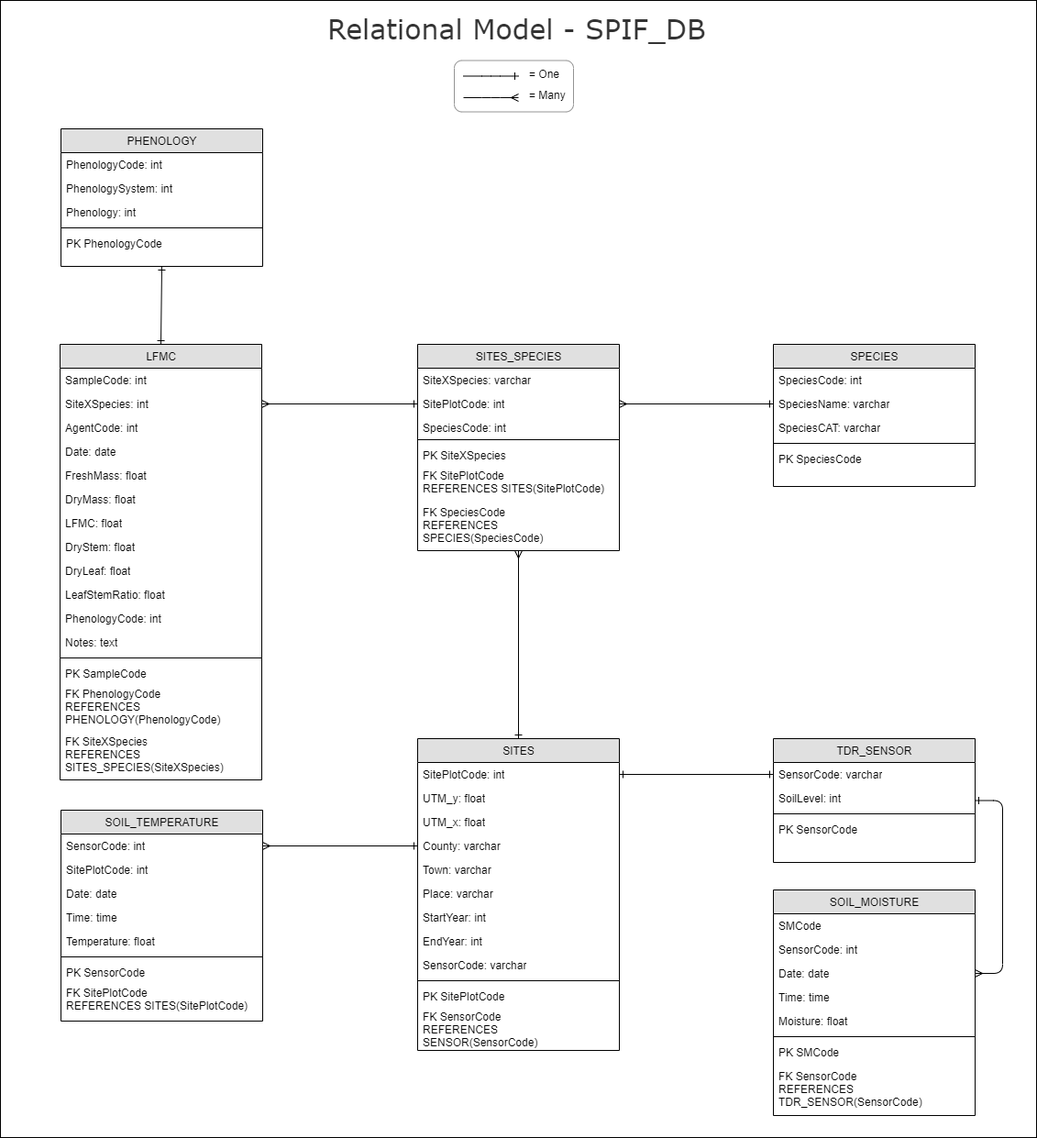
Earlier version of the draw.io export vignettes/SPIF_LogicalSchema.png (spif-ctfc/LFMC). Source tidied: cells renumbered, new cells last; positions are measured from the earlier drawing's top-left corner, leaving out a move shared by most shapes.
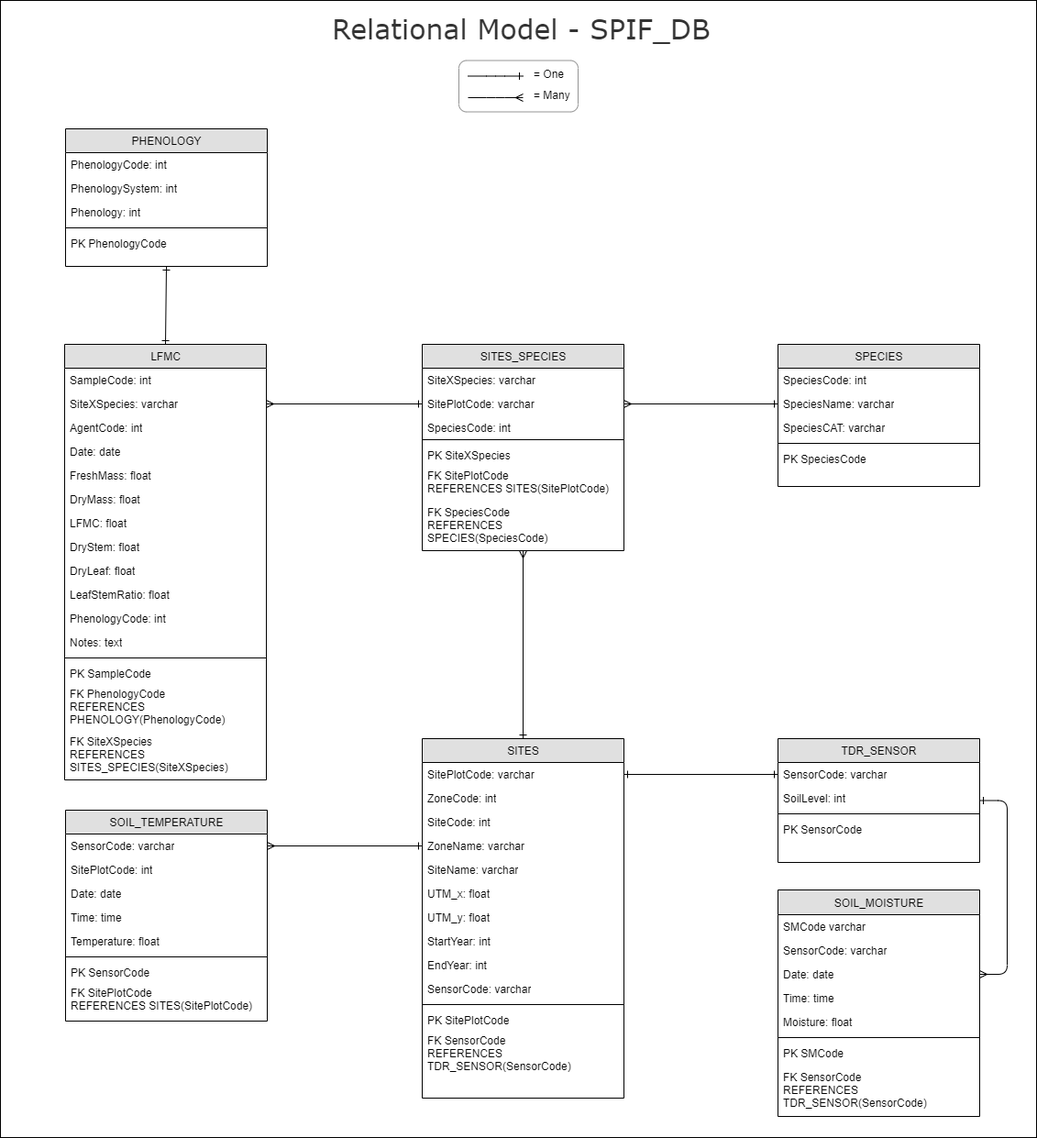
After the commit.

Commit message:
Corrections in LogicalSchema

Change to the diagram source:
```diff
@@ -6,78 +6,81 @@
       <mxGeometry x="355.2" y="10" width="430" height="20" as="geometry" />
     </mxCell>
     <mxCell id="3" value="SITES" style="swimlane;html=1;fontStyle=0;horizontal=1;startSize=26;fillColor=#e0e0e0;swimlaneFillColor=#ffffff;align=center;" parent="1" vertex="1">
-      <mxGeometry x="455" y="805" width="220" height="340" as="geometry" />
+      <mxGeometry x="455" y="805" width="220" height="392" as="geometry" />
     </mxCell>
-    <mxCell id="4" value="SitePlotCode: int" style="text;html=1;strokeColor=none;fillColor=none;align=left;verticalAlign=top;spacingLeft=4;spacingRight=4;whiteSpace=wrap;overflow=hidden;points=[[0,0.5],[1,0.5]];portConstraint=eastwest;" parent="3" vertex="1">
+    <mxCell id="4" value="SitePlotCode: varchar" style="text;html=1;strokeColor=none;fillColor=none;align=left;verticalAlign=top;spacingLeft=4;spacingRight=4;whiteSpace=wrap;overflow=hidden;points=[[0,0.5],[1,0.5]];portConstraint=eastwest;" parent="3" vertex="1">
       <mxGeometry y="26" width="220" height="26" as="geometry" />
     </mxCell>
-    <mxCell id="5" value="UTM_y: float" style="text;html=1;strokeColor=none;fillColor=none;align=left;verticalAlign=top;spacingLeft=4;spacingRight=4;whiteSpace=wrap;overflow=hidden;" parent="3" vertex="1">
-      <mxGeometry y="52" width="220" height="26" as="geometry" />
-    </mxCell>
-    <mxCell id="6" value="UTM_x: float" style="text;html=1;strokeColor=none;fillColor=none;align=left;verticalAlign=top;spacingLeft=4;spacingRight=4;whiteSpace=wrap;overflow=hidden;" parent="3" vertex="1">
-      <mxGeometry y="78" width="220" height="26" as="geometry" />
-    </mxCell>
-    <mxCell id="7" value="County: varchar" style="text;html=1;strokeColor=none;fillColor=none;align=left;verticalAlign=top;spacingLeft=4;spacingRight=4;whiteSpace=wrap;overflow=hidden;points=[[0,0.5],[1,0.5]];portConstraint=eastwest;" parent="3" vertex="1">
-      <mxGeometry y="104" width="220" height="26" as="geometry" />
+    <mxCell id="7" value="ZoneCode: int" style="text;html=1;strokeColor=none;fillColor=none;align=left;verticalAlign=top;spacingLeft=4;spacingRight=4;whiteSpace=wrap;overflow=hidden;points=[[0,0.5],[1,0.5]];portConstraint=eastwest;" parent="3" vertex="1">
+      <mxGeometry y="52" width="220" height="26" as="geometry" />
     </mxCell>
-    <mxCell id="8" value="Town: varchar" style="text;html=1;strokeColor=none;fillColor=none;align=left;verticalAlign=top;spacingLeft=4;spacingRight=4;whiteSpace=wrap;overflow=hidden;" parent="3" vertex="1">
-      <mxGeometry y="130" width="220" height="26" as="geometry" />
+    <mxCell id="8" value="SiteCode: int" style="text;html=1;strokeColor=none;fillColor=none;align=left;verticalAlign=top;spacingLeft=4;spacingRight=4;whiteSpace=wrap;overflow=hidden;" parent="3" vertex="1">
+      <mxGeometry y="78" width="220" height="26" as="geometry" />
     </mxCell>
-    <mxCell id="9" value="Place: varchar" style="text;html=1;strokeColor=none;fillColor=none;align=left;verticalAlign=top;spacingLeft=4;spacingRight=4;whiteSpace=wrap;overflow=hidden;" parent="3" vertex="1">
-      <mxGeometry y="156" width="220" height="26" as="geometry" />
-    </mxCell>
+    <mxCell id="89" value="ZoneName: varchar" style="text;html=1;strokeColor=none;fillColor=none;align=left;verticalAlign=top;spacingLeft=4;spacingRight=4;whiteSpace=wrap;overflow=hidden;points=[[0,0.5],[1,0.5]];portConstraint=eastwest;" parent="3" vertex="1">
+      <mxGeometry y="104" width="220" height="26" as="geometry" />
+    </mxCell>
+    <mxCell id="90" value="SiteName: varchar" style="text;html=1;strokeColor=none;fillColor=none;align=left;verticalAlign=top;spacingLeft=4;spacingRight=4;whiteSpace=wrap;overflow=hidden;" parent="3" vertex="1">
+      <mxGeometry y="130" width="220" height="26" as="geometry" />
+    </mxCell>
+    <mxCell id="6" value="UTM_x: float" style="text;html=1;strokeColor=none;fillColor=none;align=left;verticalAlign=top;spacingLeft=4;spacingRight=4;whiteSpace=wrap;overflow=hidden;" parent="3" vertex="1">
+      <mxGeometry y="156" width="220" height="26" as="geometry" />
+    </mxCell>
+    <mxCell id="5" value="UTM_y: float" style="text;html=1;strokeColor=none;fillColor=none;align=left;verticalAlign=top;spacingLeft=4;spacingRight=4;whiteSpace=wrap;overflow=hidden;" parent="3" vertex="1">
+      <mxGeometry y="182" width="220" height="26" as="geometry" />
+    </mxCell>
     <mxCell id="10" value="StartYear: int" style="text;html=1;strokeColor=none;fillColor=none;align=left;verticalAlign=top;spacingLeft=4;spacingRight=4;whiteSpace=wrap;overflow=hidden;" parent="3" vertex="1">
-      <mxGeometry y="182" width="220" height="26" as="geometry" />
+      <mxGeometry y="208" width="220" height="26" as="geometry" />
     </mxCell>
     <mxCell id="11" value="EndYear: int" style="text;html=1;strokeColor=none;fillColor=none;align=left;verticalAlign=top;spacingLeft=4;spacingRight=4;whiteSpace=wrap;overflow=hidden;" parent="3" vertex="1">
-      <mxGeometry y="208" width="220" height="26" as="geometry" />
+      <mxGeometry y="234" width="220" height="26" as="geometry" />
     </mxCell>
     <mxCell id="12" value="SensorCode: varchar" style="text;html=1;strokeColor=none;fillColor=none;align=left;verticalAlign=top;spacingLeft=4;spacingRight=4;whiteSpace=wrap;overflow=hidden;" parent="3" vertex="1">
-      <mxGeometry y="234" width="220" height="26" as="geometry" />
+      <mxGeometry y="260" width="220" height="26" as="geometry" />
     </mxCell>
     <mxCell id="13" style="line;html=1;strokeWidth=1;fillColor=none;align=left;verticalAlign=middle;spacingTop=-1;spacingLeft=3;spacingRight=3;labelPosition=right;" parent="3" vertex="1">
-      <mxGeometry y="260" width="220" height="8" as="geometry" />
+      <mxGeometry y="286" width="220" height="8" as="geometry" />
     </mxCell>
     <mxCell id="14" value="PK SitePlotCode" style="text;html=1;strokeColor=none;fillColor=none;spacingLeft=4;spacingRight=4;whiteSpace=wrap;overflow=hidden;" parent="3" vertex="1">
-      <mxGeometry y="268" width="220" height="22" as="geometry" />
+      <mxGeometry y="294" width="220" height="22" as="geometry" />
     </mxCell>
-    <mxCell id="15" value="FK SensorCode&lt;br&gt;REFERENCES SENSOR(SensorCode)" style="text;html=1;strokeColor=none;fillColor=none;spacingLeft=4;spacingRight=4;whiteSpace=wrap;overflow=hidden;" parent="3" vertex="1">
-      <mxGeometry y="290" width="220" height="50" as="geometry" />
+    <mxCell id="15" value="FK SensorCode&lt;br&gt;REFERENCES TDR_SENSOR(SensorCode)" style="text;html=1;strokeColor=none;fillColor=none;spacingLeft=4;spacingRight=4;whiteSpace=wrap;overflow=hidden;" parent="3" vertex="1">
+      <mxGeometry y="316" width="220" height="50" as="geometry" />
     </mxCell>
-    <mxCell id="16" value="SOIL_MOISTURE" style="swimlane;html=1;fontStyle=0;horizontal=1;startSize=26;fillColor=#e0e0e0;swimlaneFillColor=#ffffff;align=center;" parent="1" vertex="1">
-      <mxGeometry x="843" y="970" width="220" height="246" as="geometry" />
+    <mxCell id="16" value="SOIL_MOISTURE" style="swimlane;html=1;fontStyle=0;horizontal=1;startSize=27;fillColor=#e0e0e0;swimlaneFillColor=#ffffff;align=center;" parent="1" vertex="1">
+      <mxGeometry x="843" y="970" width="220" height="247" as="geometry" />
     </mxCell>
-    <mxCell id="17" value="SMCode" style="text;html=1;strokeColor=none;fillColor=none;align=left;verticalAlign=top;spacingLeft=4;spacingRight=4;whiteSpace=wrap;overflow=hidden;" parent="16" vertex="1">
-      <mxGeometry y="26" width="220" height="26" as="geometry" />
+    <mxCell id="17" value="SMCode varchar" style="text;html=1;strokeColor=none;fillColor=none;align=left;verticalAlign=top;spacingLeft=4;spacingRight=4;whiteSpace=wrap;overflow=hidden;" parent="16" vertex="1">
+      <mxGeometry y="27" width="220" height="26" as="geometry" />
     </mxCell>
-    <mxCell id="18" value="SensorCode: int" style="text;html=1;strokeColor=none;fillColor=none;align=left;verticalAlign=top;spacingLeft=4;spacingRight=4;whiteSpace=wrap;overflow=hidden;" parent="16" vertex="1">
-      <mxGeometry y="52" width="220" height="26" as="geometry" />
+    <mxCell id="18" value="SensorCode: varchar" style="text;html=1;strokeColor=none;fillColor=none;align=left;verticalAlign=top;spacingLeft=4;spacingRight=4;whiteSpace=wrap;overflow=hidden;" parent="16" vertex="1">
+      <mxGeometry y="53" width="220" height="26" as="geometry" />
     </mxCell>
     <mxCell id="19" value="Date: date" style="text;html=1;strokeColor=none;fillColor=none;align=left;verticalAlign=top;spacingLeft=4;spacingRight=4;whiteSpace=wrap;overflow=hidden;points=[[0,0.5],[1,0.5]];portConstraint=eastwest;" parent="16" vertex="1">
-      <mxGeometry y="78" width="220" height="26" as="geometry" />
+      <mxGeometry y="79" width="220" height="26" as="geometry" />
     </mxCell>
     <mxCell id="20" value="Time: time" style="text;html=1;strokeColor=none;fillColor=none;align=left;verticalAlign=top;spacingLeft=4;spacingRight=4;whiteSpace=wrap;overflow=hidden;" parent="16" vertex="1">
-      <mxGeometry y="104" width="220" height="26" as="geometry" />
+      <mxGeometry y="105" width="220" height="26" as="geometry" />
     </mxCell>
     <mxCell id="21" value="Moisture: float&amp;nbsp;" style="text;html=1;strokeColor=none;fillColor=none;align=left;verticalAlign=top;spacingLeft=4;spacingRight=4;whiteSpace=wrap;overflow=hidden;" parent="16" vertex="1">
-      <mxGeometry y="130" width="220" height="26" as="geometry" />
+      <mxGeometry y="131" width="220" height="26" as="geometry" />
     </mxCell>
     <mxCell id="22" style="line;html=1;strokeWidth=1;fillColor=none;align=left;verticalAlign=middle;spacingTop=-1;spacingLeft=3;spacingRight=3;labelPosition=right;" parent="16" vertex="1">
-      <mxGeometry y="156" width="220" height="8" as="geometry" />
+      <mxGeometry y="157" width="220" height="8" as="geometry" />
     </mxCell>
     <mxCell id="23" value="PK SMCode&amp;nbsp;" style="text;html=1;strokeColor=none;fillColor=none;spacingLeft=4;spacingRight=4;whiteSpace=wrap;overflow=hidden;" parent="16" vertex="1">
-      <mxGeometry y="164" width="220" height="26" as="geometry" />
+      <mxGeometry y="165" width="220" height="26" as="geometry" />
     </mxCell>
     <mxCell id="24" value="FK SensorCode&lt;br&gt;REFERENCES TDR_SENSOR(SensorCode)" style="text;html=1;strokeColor=none;fillColor=none;spacingLeft=4;spacingRight=4;whiteSpace=wrap;overflow=hidden;" parent="16" vertex="1">
-      <mxGeometry y="190" width="220" height="56" as="geometry" />
+      <mxGeometry y="191" width="220" height="56" as="geometry" />
     </mxCell>
-    <mxCell id="25" style="html=1;endArrow=ERmany;startArrow=ERone;startFill=0;endFill=0;exitX=0;exitY=0.5;exitDx=0;exitDy=0;entryX=1;entryY=0.5;entryDx=0;entryDy=0;" parent="1" edge="1" source="7" target="27">
+    <mxCell id="25" style="html=1;endArrow=ERmany;startArrow=ERone;startFill=0;endFill=0;exitX=0;exitY=0.5;exitDx=0;exitDy=0;entryX=1;entryY=0.5;entryDx=0;entryDy=0;" parent="1" edge="1" source="89" target="27">
       <mxGeometry relative="1" as="geometry" />
     </mxCell>
     <mxCell id="26" value="SOIL_TEMPERATURE" style="swimlane;html=1;fontStyle=0;horizontal=1;startSize=26;fillColor=#e0e0e0;swimlaneFillColor=#ffffff;align=center;" parent="1" vertex="1">
       <mxGeometry x="66" y="883" width="220" height="230" as="geometry" />
     </mxCell>
-    <mxCell id="27" value="SensorCode: int" style="text;html=1;strokeColor=none;fillColor=none;align=left;verticalAlign=top;spacingLeft=4;spacingRight=4;whiteSpace=wrap;overflow=hidden;points=[[0,0.5],[1,0.5]];portConstraint=eastwest;" parent="26" vertex="1">
+    <mxCell id="27" value="SensorCode: varchar" style="text;html=1;strokeColor=none;fillColor=none;align=left;verticalAlign=top;spacingLeft=4;spacingRight=4;whiteSpace=wrap;overflow=hidden;points=[[0,0.5],[1,0.5]];portConstraint=eastwest;" parent="26" vertex="1">
       <mxGeometry y="26" width="220" height="26" as="geometry" />
     </mxCell>
     <mxCell id="28" value="SitePlotCode: int" style="text;html=1;strokeColor=none;fillColor=none;align=left;verticalAlign=top;spacingLeft=4;spacingRight=4;whiteSpace=wrap;overflow=hidden;" parent="26" vertex="1">
@@ -125,7 +128,7 @@
     <mxCell id="42" value="SiteXSpecies: varchar" style="text;html=1;strokeColor=none;fillColor=none;align=left;verticalAlign=top;spacingLeft=4;spacingRight=4;whiteSpace=wrap;overflow=hidden;" parent="41" vertex="1">
       <mxGeometry y="26" width="220" height="26" as="geometry" />
     </mxCell>
-    <mxCell id="43" value="SitePlotCode: int" style="text;html=1;strokeColor=none;fillColor=none;align=left;verticalAlign=top;spacingLeft=4;spacingRight=4;whiteSpace=wrap;overflow=hidden;points=[[0,0.5],[1,0.5]];portConstraint=eastwest;" parent="41" vertex="1">
+    <mxCell id="43" value="SitePlotCode: varchar" style="text;html=1;strokeColor=none;fillColor=none;align=left;verticalAlign=top;spacingLeft=4;spacingRight=4;whiteSpace=wrap;overflow=hidden;points=[[0,0.5],[1,0.5]];portConstraint=eastwest;" parent="41" vertex="1">
       <mxGeometry y="52" width="220" height="26" as="geometry" />
     </mxCell>
     <mxCell id="44" value="SpeciesCode: int" style="text;html=1;strokeColor=none;fillColor=none;spacingLeft=4;spacingRight=4;whiteSpace=wrap;overflow=hidden;" parent="41" vertex="1">
@@ -158,7 +161,7 @@
     <mxCell id="53" value="SampleCode: int" style="text;html=1;strokeColor=none;fillColor=none;align=left;verticalAlign=top;spacingLeft=4;spacingRight=4;whiteSpace=wrap;overflow=hidden;" parent="52" vertex="1">
       <mxGeometry y="26" width="220" height="26" as="geometry" />
     </mxCell>
-    <mxCell id="54" value="SiteXSpecies: int" style="text;html=1;strokeColor=none;fillColor=none;align=left;verticalAlign=top;spacingLeft=4;spacingRight=4;whiteSpace=wrap;overflow=hidden;points=[[0,0.5],[1,0.5]];portConstraint=eastwest;" parent="52" vertex="1">
+    <mxCell id="54" value="SiteXSpecies: varchar" style="text;html=1;strokeColor=none;fillColor=none;align=left;verticalAlign=top;spacingLeft=4;spacingRight=4;whiteSpace=wrap;overflow=hidden;points=[[0,0.5],[1,0.5]];portConstraint=eastwest;" parent="52" vertex="1">
       <mxGeometry y="52" width="220" height="26" as="geometry" />
     </mxCell>
     <mxCell id="55" value="AgentCode: int" style="text;html=1;strokeColor=none;fillColor=none;align=left;verticalAlign=top;spacingLeft=4;spacingRight=4;whiteSpace=wrap;overflow=hidden;" parent="52" vertex="1">
@@ -225,7 +228,7 @@
       <mxGeometry x="495" y="65.5" width="130" height="56" as="geometry" />
     </mxCell>
     <mxCell id="74" style="rounded=0;whiteSpace=wrap;html=1;fillColor=none;" parent="1" vertex="1">
-      <mxGeometry width="1130" height="1240" as="geometry" />
+      <mxGeometry x="-5" width="1130" height="1240" as="geometry" />
     </mxCell>
     <mxCell id="75" style="html=1;endArrow=ERone;startArrow=ERone;startFill=0;endFill=0;entryX=0.5;entryY=0;entryDx=0;entryDy=0;exitX=0.5;exitY=1;exitDx=0;exitDy=0;" parent="1" edge="1" source="83" target="52">
       <mxGeometry relative="1" as="geometry" />
```
